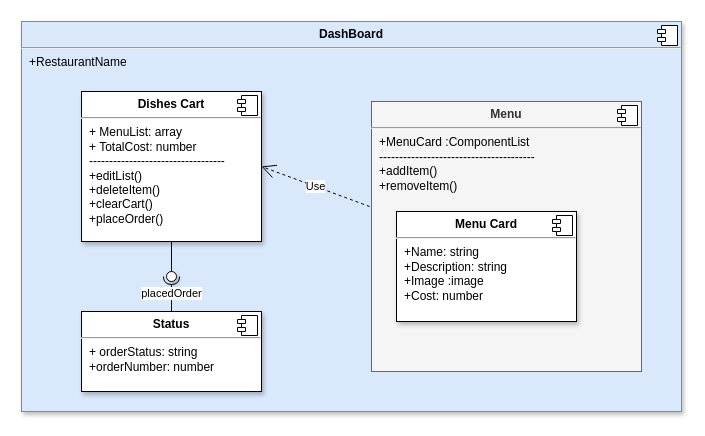
eyeamkd/aagman keeps this draw.io diagram as aagman-Diagrams/Components-drawio/Customer-UI.drawio. Above is the earlier version. Source tidied: cells renumbered, new cells numbered last; positions are measured from the earlier drawing's top-left corner, leaving out a move shared by most shapes. Both pictures are drawn from the tidied source at 100%, with x=0, y=0 at pixel (21, 21).
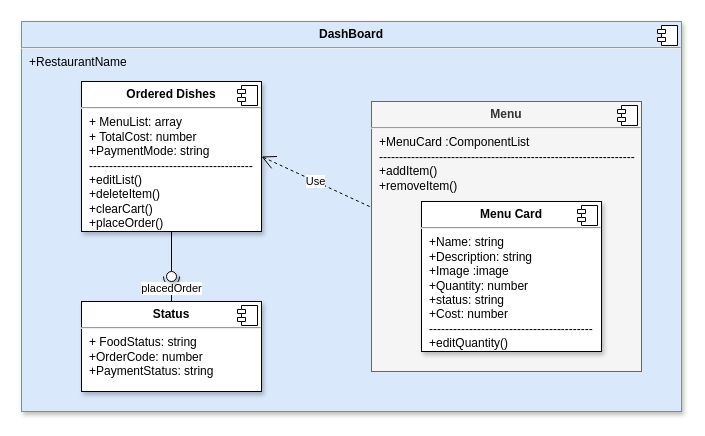
The same diagram, later.

Diff of the diagram source:
```diff
@@
 <mxGraphModel>
   <root>
     <mxCell id="0" />
     <mxCell id="1" parent="0" />
     <mxCell id="2" value="&lt;p style=&quot;margin: 0px ; margin-top: 6px ; text-align: center&quot;&gt;&lt;b&gt;DashBoard&lt;/b&gt;&lt;/p&gt;&lt;hr&gt;&lt;p style=&quot;margin: 0px ; margin-left: 8px&quot;&gt;+RestaurantName&lt;/p&gt;" style="align=left;overflow=fill;html=1;fillColor=#dae8fc;strokeColor=#6c8ebf;shadow=1;" parent="1" vertex="1">
       <mxGeometry width="660" height="390" as="geometry" />
     </mxCell>
     <mxCell id="3" style="shape=component;jettyWidth=8;jettyHeight=4;" parent="2" vertex="1">
       <mxGeometry x="1" width="20" height="20" relative="1" as="geometry">
         <mxPoint x="-24" y="4" as="offset" />
       </mxGeometry>
     </mxCell>
-    <mxCell id="4" value="&lt;p style=&quot;margin: 0px ; margin-top: 6px ; text-align: center&quot;&gt;&lt;b&gt;Menu&lt;/b&gt;&lt;/p&gt;&lt;hr&gt;&lt;p style=&quot;color: rgb(0 , 0 , 0) ; margin: 0px 0px 0px 8px&quot;&gt;+MenuCard :ComponentList&lt;/p&gt;&lt;p style=&quot;color: rgb(0 , 0 , 0) ; margin: 0px 0px 0px 8px&quot;&gt;---------------------------------------&lt;/p&gt;&lt;p style=&quot;color: rgb(0 , 0 , 0) ; margin: 0px 0px 0px 8px&quot;&gt;+addItem()&lt;/p&gt;&lt;p style=&quot;color: rgb(0 , 0 , 0) ; margin: 0px 0px 0px 8px&quot;&gt;+removeItem()&lt;/p&gt;&lt;p style=&quot;color: rgb(0 , 0 , 0) ; margin: 0px 0px 0px 8px&quot;&gt;&lt;br&gt;&lt;/p&gt;" style="align=left;overflow=fill;html=1;fillColor=#f5f5f5;strokeColor=#666666;fontColor=#333333;" parent="1" vertex="1">
+    <mxCell id="4" value="&lt;p style=&quot;margin: 0px ; margin-top: 6px ; text-align: center&quot;&gt;&lt;b&gt;Menu&lt;/b&gt;&lt;/p&gt;&lt;hr&gt;&lt;p style=&quot;color: rgb(0 , 0 , 0) ; margin: 0px 0px 0px 8px&quot;&gt;+MenuCard :ComponentList&lt;/p&gt;&lt;p style=&quot;color: rgb(0 , 0 , 0) ; margin: 0px 0px 0px 8px&quot;&gt;----------------------------------------------------------------&lt;/p&gt;&lt;p style=&quot;color: rgb(0 , 0 , 0) ; margin: 0px 0px 0px 8px&quot;&gt;+addItem()&lt;/p&gt;&lt;p style=&quot;color: rgb(0 , 0 , 0) ; margin: 0px 0px 0px 8px&quot;&gt;+removeItem()&lt;/p&gt;&lt;p style=&quot;color: rgb(0 , 0 , 0) ; margin: 0px 0px 0px 8px&quot;&gt;&lt;br&gt;&lt;/p&gt;" style="align=left;overflow=fill;html=1;fillColor=#f5f5f5;strokeColor=#666666;fontColor=#333333;" parent="1" vertex="1">
       <mxGeometry x="350" y="80" width="270" height="270" as="geometry" />
     </mxCell>
     <mxCell id="5" style="shape=component;jettyWidth=8;jettyHeight=4;" parent="4" vertex="1">
       <mxGeometry x="1" width="20" height="20" relative="1" as="geometry">
         <mxPoint x="-24" y="4" as="offset" />
       </mxGeometry>
     </mxCell>
-    <mxCell id="6" value="&lt;p style=&quot;margin: 0px ; margin-top: 6px ; text-align: center&quot;&gt;&lt;b&gt;Status&lt;/b&gt;&lt;/p&gt;&lt;hr&gt;&lt;p style=&quot;margin: 0px ; margin-left: 8px&quot;&gt;+ orderStatus: string&lt;/p&gt;&lt;p style=&quot;margin: 0px ; margin-left: 8px&quot;&gt;+orderNumber: number&lt;/p&gt;&lt;p style=&quot;margin: 0px ; margin-left: 8px&quot;&gt;&lt;br&gt;&lt;br&gt;&lt;/p&gt;" style="align=left;overflow=fill;html=1;shadow=1;" parent="1" vertex="1">
-      <mxGeometry x="60" y="290" width="180" height="80" as="geometry" />
+    <mxCell id="6" value="&lt;p style=&quot;margin: 0px ; margin-top: 6px ; text-align: center&quot;&gt;&lt;b&gt;Status&lt;/b&gt;&lt;/p&gt;&lt;hr&gt;&lt;p style=&quot;margin: 0px ; margin-left: 8px&quot;&gt;+ FoodStatus: string&lt;/p&gt;&lt;p style=&quot;margin: 0px ; margin-left: 8px&quot;&gt;+OrderCode: number&lt;/p&gt;&lt;p style=&quot;margin: 0px ; margin-left: 8px&quot;&gt;+PaymentStatus: string&lt;/p&gt;&lt;p style=&quot;margin: 0px ; margin-left: 8px&quot;&gt;&lt;br&gt;&lt;br&gt;&lt;/p&gt;" style="align=left;overflow=fill;html=1;shadow=1;" parent="1" vertex="1">
+      <mxGeometry x="60" y="280" width="180" height="90" as="geometry" />
     </mxCell>
     <mxCell id="7" style="shape=component;jettyWidth=8;jettyHeight=4;" parent="6" vertex="1">
       <mxGeometry x="1" width="20" height="20" relative="1" as="geometry">
         <mxPoint x="-24" y="4" as="offset" />
       </mxGeometry>
     </mxCell>
-    <mxCell id="8" value="&lt;p style=&quot;margin: 0px ; margin-top: 6px ; text-align: center&quot;&gt;&lt;b&gt;Dishes Cart&lt;/b&gt;&lt;/p&gt;&lt;hr&gt;&lt;p style=&quot;margin: 0px ; margin-left: 8px&quot;&gt;+ MenuList: array&lt;br&gt;&lt;/p&gt;&lt;p style=&quot;margin: 0px ; margin-left: 8px&quot;&gt;+ TotalCost: number&lt;/p&gt;&lt;p style=&quot;margin: 0px ; margin-left: 8px&quot;&gt;----------------------------------&lt;/p&gt;&lt;p style=&quot;margin: 0px ; margin-left: 8px&quot;&gt;+editList()&lt;/p&gt;&lt;p style=&quot;margin: 0px ; margin-left: 8px&quot;&gt;+deleteItem()&lt;/p&gt;&lt;p style=&quot;margin: 0px ; margin-left: 8px&quot;&gt;+clearCart()&lt;/p&gt;&lt;p style=&quot;margin: 0px ; margin-left: 8px&quot;&gt;+placeOrder()&lt;/p&gt;" style="align=left;overflow=fill;html=1;shadow=1;" parent="1" vertex="1">
-      <mxGeometry x="60" y="70" width="180" height="150" as="geometry" />
+    <mxCell id="8" value="&lt;p style=&quot;margin: 0px ; margin-top: 6px ; text-align: center&quot;&gt;&lt;b&gt;Ordered Dishes&lt;/b&gt;&lt;/p&gt;&lt;hr&gt;&lt;p style=&quot;margin: 0px ; margin-left: 8px&quot;&gt;+ MenuList: array&lt;br&gt;&lt;/p&gt;&lt;p style=&quot;margin: 0px ; margin-left: 8px&quot;&gt;+ TotalCost: number&lt;/p&gt;&lt;p style=&quot;margin: 0px ; margin-left: 8px&quot;&gt;+PaymentMode: string&lt;/p&gt;&lt;p style=&quot;margin: 0px ; margin-left: 8px&quot;&gt;-----------------------------------------&lt;/p&gt;&lt;p style=&quot;margin: 0px ; margin-left: 8px&quot;&gt;+editList()&lt;/p&gt;&lt;p style=&quot;margin: 0px ; margin-left: 8px&quot;&gt;+deleteItem()&lt;/p&gt;&lt;p style=&quot;margin: 0px ; margin-left: 8px&quot;&gt;+clearCart()&lt;/p&gt;&lt;p style=&quot;margin: 0px ; margin-left: 8px&quot;&gt;+placeOrder()&lt;/p&gt;" style="align=left;overflow=fill;html=1;shadow=1;" parent="1" vertex="1">
+      <mxGeometry x="60" y="60" width="180" height="150" as="geometry" />
     </mxCell>
     <mxCell id="9" style="shape=component;jettyWidth=8;jettyHeight=4;" parent="8" vertex="1">
       <mxGeometry x="1" width="20" height="20" relative="1" as="geometry">
         <mxPoint x="-24" y="4" as="offset" />
       </mxGeometry>
     </mxCell>
-    <mxCell id="10" value="&lt;p style=&quot;margin: 0px ; margin-top: 6px ; text-align: center&quot;&gt;&lt;b&gt;Menu Card&lt;/b&gt;&lt;/p&gt;&lt;hr&gt;&lt;p style=&quot;margin: 0px 0px 0px 8px&quot;&gt;+Name: string&lt;br&gt;&lt;/p&gt;&lt;p style=&quot;margin: 0px 0px 0px 8px&quot;&gt;+Description: string&lt;/p&gt;&lt;p style=&quot;margin: 0px 0px 0px 8px&quot;&gt;+Image :image&lt;/p&gt;&lt;p style=&quot;margin: 0px 0px 0px 8px&quot;&gt;+Cost: number&lt;/p&gt;" style="align=left;overflow=fill;html=1;shadow=1;" parent="1" vertex="1">
-      <mxGeometry x="375" y="190" width="180" height="110" as="geometry" />
+    <mxCell id="10" value="&lt;p style=&quot;margin: 0px ; margin-top: 6px ; text-align: center&quot;&gt;&lt;b&gt;Menu Card&lt;/b&gt;&lt;/p&gt;&lt;hr&gt;&lt;p style=&quot;margin: 0px 0px 0px 8px&quot;&gt;+Name: string&lt;br&gt;&lt;/p&gt;&lt;p style=&quot;margin: 0px 0px 0px 8px&quot;&gt;+Description: string&lt;/p&gt;&lt;p style=&quot;margin: 0px 0px 0px 8px&quot;&gt;+Image :image&lt;/p&gt;&lt;p style=&quot;margin: 0px 0px 0px 8px&quot;&gt;+Quantity: number&lt;/p&gt;&lt;p style=&quot;margin: 0px 0px 0px 8px&quot;&gt;+status: string&lt;/p&gt;&lt;p style=&quot;margin: 0px 0px 0px 8px&quot;&gt;+Cost: number&lt;/p&gt;&lt;p style=&quot;margin: 0px 0px 0px 8px&quot;&gt;-----------------------------------------&lt;/p&gt;&lt;p style=&quot;margin: 0px 0px 0px 8px&quot;&gt;+editQuantity()&lt;/p&gt;" style="align=left;overflow=fill;html=1;shadow=1;" parent="1" vertex="1">
+      <mxGeometry x="400" y="180" width="180" height="150" as="geometry" />
     </mxCell>
     <mxCell id="11" style="shape=component;jettyWidth=8;jettyHeight=4;" parent="10" vertex="1">
       <mxGeometry x="1" width="20" height="20" relative="1" as="geometry">
         <mxPoint x="-24" y="4" as="offset" />
       </mxGeometry>
     </mxCell>
     <mxCell id="12" value="Use" style="endArrow=open;endSize=12;dashed=1;html=1;exitX=-0.007;exitY=0.389;exitDx=0;exitDy=0;entryX=1;entryY=0.5;entryDx=0;entryDy=0;exitPerimeter=0;" parent="1" edge="1" source="4" target="8">
       <mxGeometry relative="1" as="geometry" />
     </mxCell>
     <mxCell id="13" style="rounded=0;jettySize=auto;html=1;endArrow=none;endFill=0;exitX=0.5;exitY=1;exitDx=0;exitDy=0;" parent="1" edge="1" source="8" target="15">
       <mxGeometry relative="1" as="geometry" />
     </mxCell>
     <mxCell id="14" value="placedOrder" style="rounded=0;jettySize=auto;html=1;endArrow=halfCircle;endFill=0;entryX=0.5;entryY=0.5;entryDx=0;entryDy=0;endSize=6;strokeWidth=1;exitX=0.5;exitY=0;exitDx=0;exitDy=0;" parent="1" edge="1" source="6" target="15">
       <mxGeometry relative="1" as="geometry" />
     </mxCell>
     <mxCell id="15" style="ellipse;whiteSpace=wrap;html=1;fontFamily=Helvetica;fontSize=12;fontColor=#000000;align=center;strokeColor=#000000;fillColor=#ffffff;points=[];shadow=1;" parent="1" vertex="1">
       <mxGeometry x="145" y="250" width="10" height="10" as="geometry" />
     </mxCell>
   </root>
 </mxGraphModel>
```
